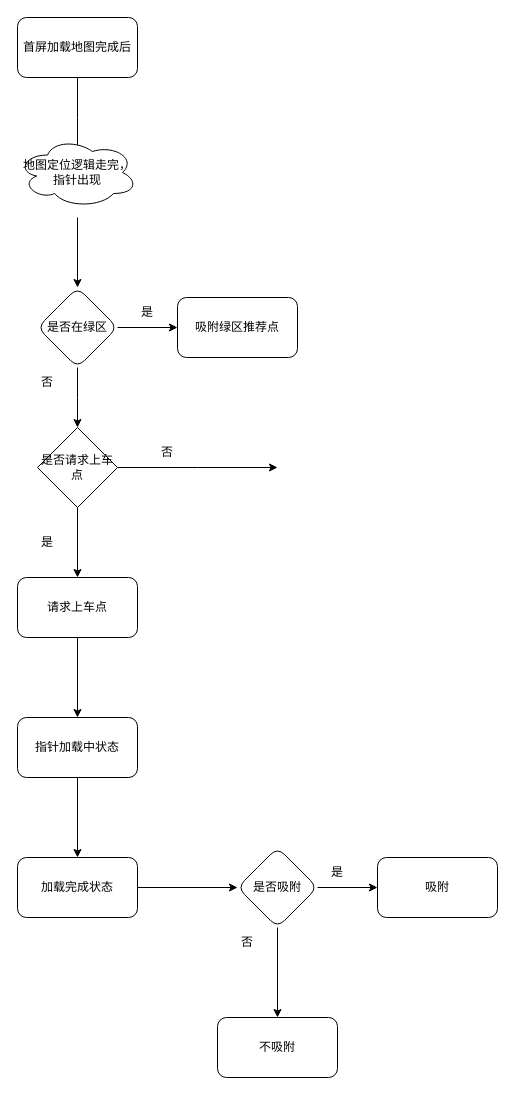
Alan1034/heycars_h5 keeps this draw.io diagram as 首页定位逻辑.drawio. Above is the earlier version. Source tidied: cells renumbered, new cells numbered last; positions are measured from the earlier drawing's top-left corner, leaving out a move shared by most shapes. Both pictures are drawn from the tidied source at 100%, with x=0, y=0 at pixel (17, 17).
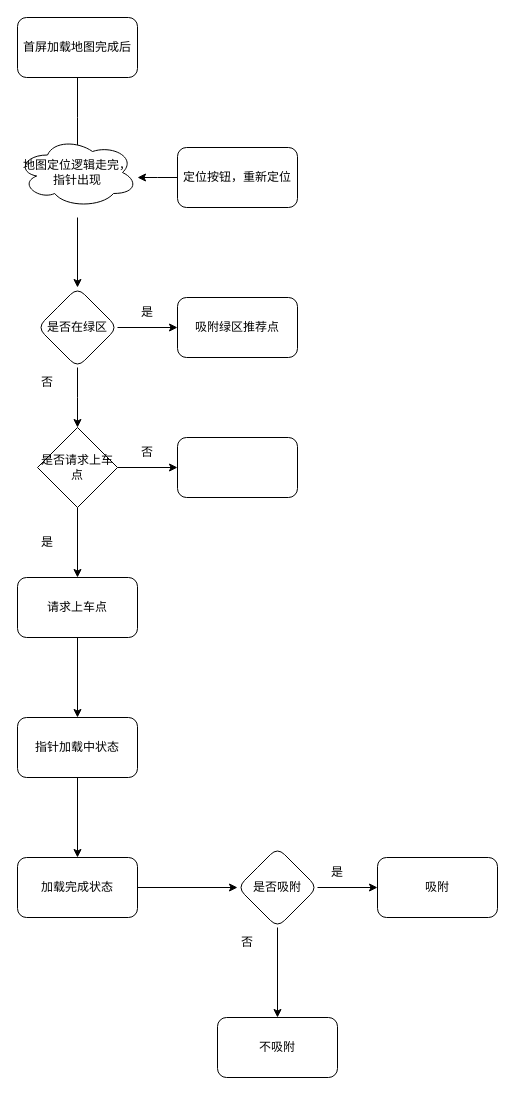
The same diagram, later.

Commit message:
Update 首页定位逻辑.drawio

Unchanged cells that the change refers to:
```xml
<mxCell id="27" value="是否请求上车点" style="rhombus;whiteSpace=wrap;html=1;" parent="1" vertex="1">
  <mxGeometry x="20" y="410" width="80" height="80" as="geometry" />
</mxCell>
```

The edit, as a diff of the source:
```diff
@@
-    <mxCell id="26" style="edgeStyle=orthogonalEdgeStyle;rounded=0;jettySize=auto;html=1;" parent="1" edge="1" source="27">
-      <mxGeometry relative="1" as="geometry">
-        <mxPoint x="260" y="450" as="targetPoint" />
-      </mxGeometry>
+    <mxCell id="26" style="edgeStyle=orthogonalEdgeStyle;rounded=0;jettySize=auto;html=1;entryX=0;entryY=0.5;entryDx=0;entryDy=0;" parent="1" edge="1" source="27" target="30">
+      <mxGeometry relative="1" as="geometry" />
     </mxCell>
@@
     <mxCell id="29" value="否" style="text;html=1;strokeColor=none;fillColor=none;align=center;verticalAlign=middle;whiteSpace=wrap;rounded=0;" parent="1" vertex="1">
-      <mxGeometry x="120" y="420" width="60" height="30" as="geometry" />
+      <mxGeometry x="100" y="420" width="60" height="30" as="geometry" />
     </mxCell>
+    <mxCell id="30" style="rounded=1;whiteSpace=wrap;html=1;" parent="1" vertex="1">
+      <mxGeometry x="160" y="420" width="120" height="60" as="geometry" />
+    </mxCell>
+    <mxCell id="31" style="edgeStyle=orthogonalEdgeStyle;rounded=0;jettySize=auto;html=1;" parent="1" edge="1" source="32">
+      <mxGeometry relative="1" as="geometry">
+        <mxPoint x="120" y="160" as="targetPoint" />
+      </mxGeometry>
+    </mxCell>
+    <mxCell id="32" value="定位按钮，重新定位" style="rounded=1;whiteSpace=wrap;html=1;" parent="1" vertex="1">
+      <mxGeometry x="160" y="130" width="120" height="60" as="geometry" />
+    </mxCell>
```
